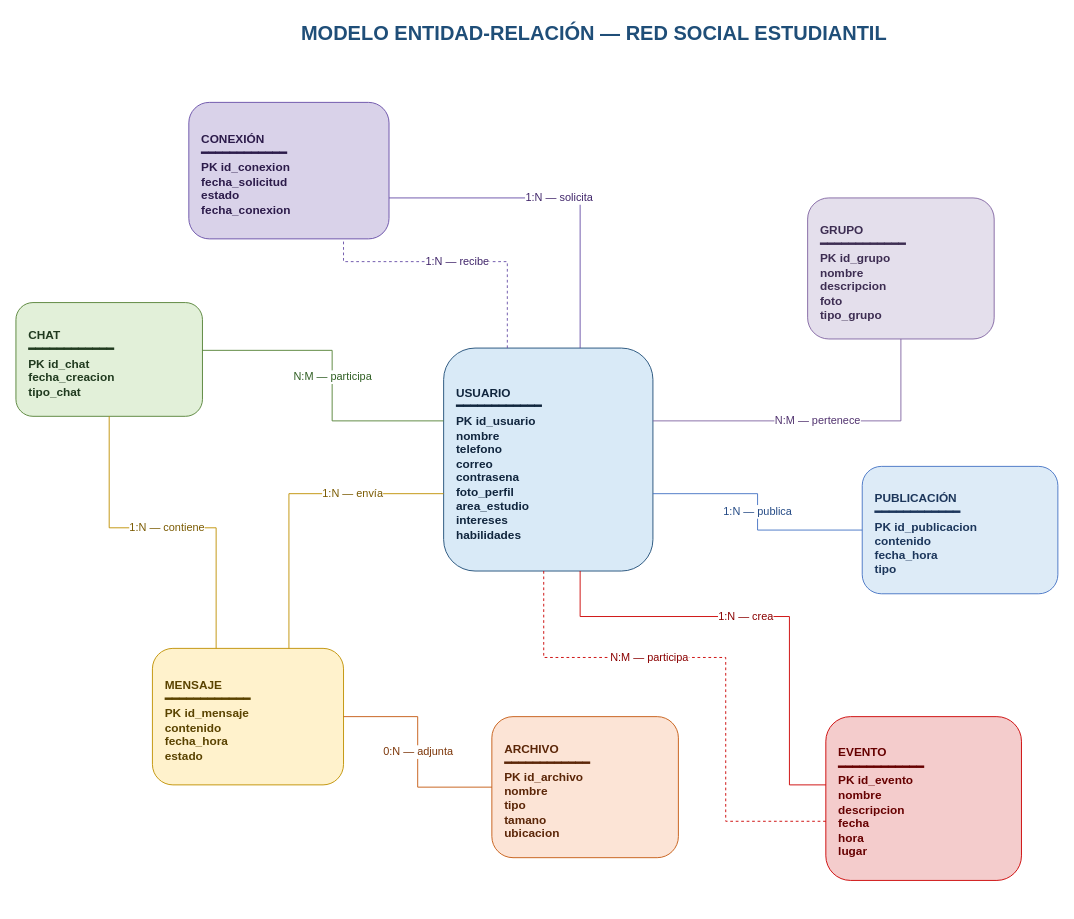
juanmarin365/bd1-redsocial-grupo9 keeps this draw.io diagram as Tarea1/MER.drawio. Above is the earlier version. Source tidied: cells renumbered, new cells numbered last; positions are measured from the earlier drawing's top-left corner, leaving out a move shared by most shapes. Both pictures are drawn from the tidied source at 91%, with x=0, y=0 at pixel (15, 15).
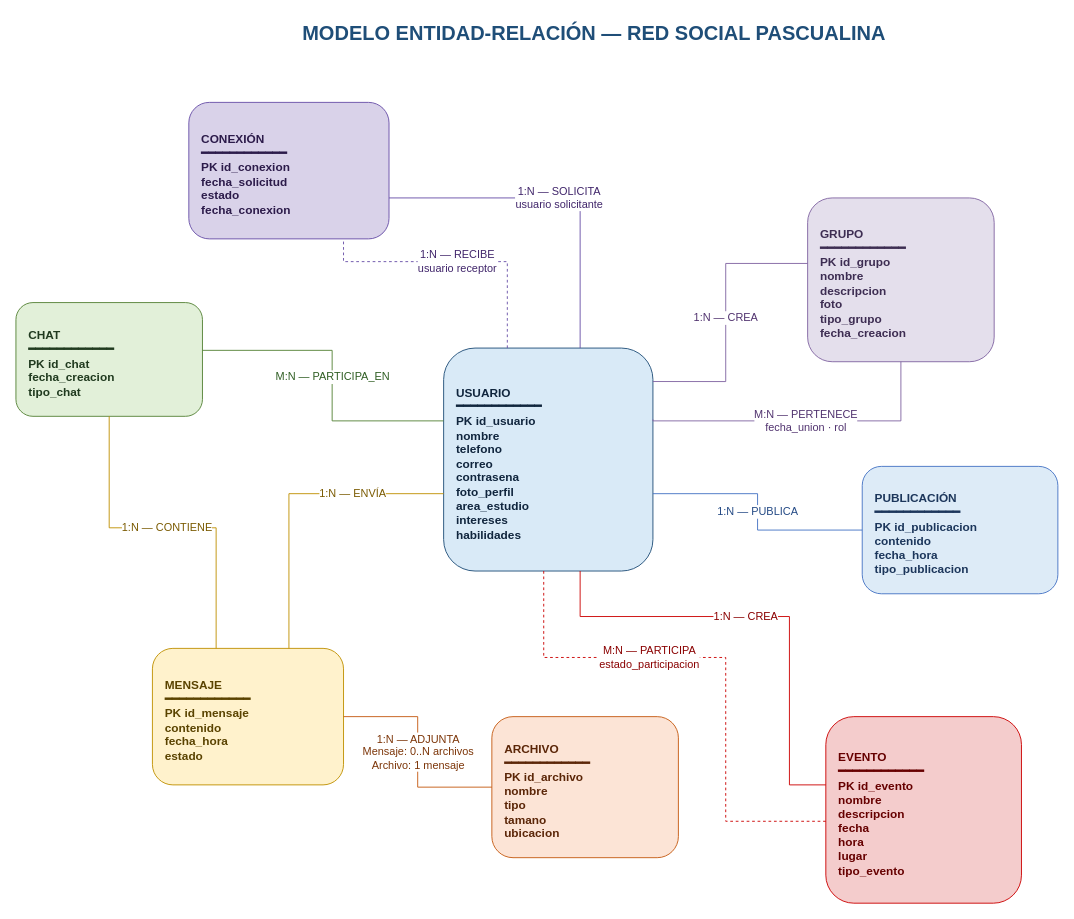
The same diagram, later.

Commit message (it also covers changes not shown here):
Update Entity-Relationship Model for Student Social Network

Unchanged cells that the change refers to:
```xml
<mxCell id="3" value="USUARIO&#10;━━━━━━━━━━━━&#10;PK id_usuario&#10;nombre&#10;telefono&#10;correo&#10;contrasena&#10;foto_perfil&#10;area_estudio&#10;intereses&#10;habilidades" style="rounded=1;whiteSpace=wrap;html=1;fillColor=#D9EAF7;strokeColor=#1F4E78;fontColor=#10253D;fontSize=13;align=left;spacingLeft=12;spacingTop=8;fontStyle=1;" parent="1" vertex="1">
  <mxGeometry x="470" y="365" width="230" height="245" as="geometry" />
</mxCell>
<mxCell id="4" value="CHAT&#10;━━━━━━━━━━━━&#10;PK id_chat&#10;fecha_creacion&#10;tipo_chat" style="rounded=1;whiteSpace=wrap;html=1;fillColor=#E2F0D9;strokeColor=#548235;fontColor=#203A1F;fontSize=13;align=left;spacingLeft=12;spacingTop=8;fontStyle=1;" parent="1" vertex="1">
  <mxGeometry y="315" width="205" height="125" as="geometry" />
</mxCell>
<mxCell id="5" value="MENSAJE&#10;━━━━━━━━━━━━&#10;PK id_mensaje&#10;contenido&#10;fecha_hora&#10;estado" style="rounded=1;whiteSpace=wrap;html=1;fillColor=#FFF2CC;strokeColor=#BF9000;fontColor=#5A4300;fontSize=13;align=left;spacingLeft=12;spacingTop=8;fontStyle=1;" parent="1" vertex="1">
  <mxGeometry x="150" y="695" width="210" height="150" as="geometry" />
</mxCell>
<mxCell id="7" value="ARCHIVO&#10;━━━━━━━━━━━━&#10;PK id_archivo&#10;nombre&#10;tipo&#10;tamano&#10;ubicacion" style="rounded=1;whiteSpace=wrap;html=1;fillColor=#FCE4D6;strokeColor=#C55A11;fontColor=#5B2608;fontSize=13;align=left;spacingLeft=12;spacingTop=8;fontStyle=1;" parent="1" vertex="1">
  <mxGeometry x="523" y="770" width="205" height="155" as="geometry" />
</mxCell>
```

Change to the diagram source:
```diff
@@
-    <mxCell id="2" value="MODELO ENTIDAD-RELACIÓN — RED SOCIAL ESTUDIANTIL" style="text;html=1;align=center;verticalAlign=middle;fontStyle=1;fontSize=22;fontColor=#1F4E78;" parent="1" vertex="1">
+    <mxCell id="2" value="MODELO ENTIDAD-RELACIÓN — RED SOCIAL PASCUALINA" style="text;html=1;align=center;verticalAlign=middle;fontStyle=1;fontSize=22;fontColor=#1F4E78;" parent="1" vertex="1">
       <mxGeometry x="210" width="850" height="40" as="geometry" />
     </mxCell>
@@
-    <mxCell id="6" value="GRUPO&#10;━━━━━━━━━━━━&#10;PK id_grupo&#10;nombre&#10;descripcion&#10;foto&#10;tipo_grupo" style="rounded=1;whiteSpace=wrap;html=1;fillColor=#E4DFEC;strokeColor=#8064A2;fontColor=#3D2D52;fontSize=13;align=left;spacingLeft=12;spacingTop=8;fontStyle=1;" parent="1" vertex="1">
-      <mxGeometry x="870" y="200" width="205" height="155" as="geometry" />
+    <mxCell id="6" value="GRUPO&#10;━━━━━━━━━━━━&#10;PK id_grupo&#10;nombre&#10;descripcion&#10;foto&#10;tipo_grupo&#10;fecha_creacion" style="rounded=1;whiteSpace=wrap;html=1;fillColor=#E4DFEC;strokeColor=#8064A2;fontColor=#3D2D52;fontSize=13;align=left;spacingLeft=12;spacingTop=8;fontStyle=1;" parent="1" vertex="1">
+      <mxGeometry x="870" y="200" width="205" height="180" as="geometry" />
     </mxCell>
@@
-    <mxCell id="8" value="PUBLICACIÓN&#10;━━━━━━━━━━━━&#10;PK id_publicacion&#10;contenido&#10;fecha_hora&#10;tipo" style="rounded=1;whiteSpace=wrap;html=1;fillColor=#DDEBF7;strokeColor=#4472C4;fontColor=#1C365B;fontSize=13;align=left;spacingLeft=12;spacingTop=8;fontStyle=1;" parent="1" vertex="1">
+    <mxCell id="8" value="PUBLICACIÓN&#10;━━━━━━━━━━━━&#10;PK id_publicacion&#10;contenido&#10;fecha_hora&#10;tipo_publicacion" style="rounded=1;whiteSpace=wrap;html=1;fillColor=#DDEBF7;strokeColor=#4472C4;fontColor=#1C365B;fontSize=13;align=left;spacingLeft=12;spacingTop=8;fontStyle=1;" parent="1" vertex="1">
       <mxGeometry x="930" y="495" width="215" height="140" as="geometry" />
     </mxCell>
-    <mxCell id="9" value="EVENTO&#10;━━━━━━━━━━━━&#10;PK id_evento&#10;nombre&#10;descripcion&#10;fecha&#10;hora&#10;lugar" style="rounded=1;whiteSpace=wrap;html=1;fillColor=#F4CCCC;strokeColor=#CC0000;fontColor=#660000;fontSize=13;align=left;spacingLeft=12;spacingTop=8;fontStyle=1;" parent="1" vertex="1">
-      <mxGeometry x="890" y="770" width="215" height="180" as="geometry" />
+    <mxCell id="9" value="EVENTO&#10;━━━━━━━━━━━━&#10;PK id_evento&#10;nombre&#10;descripcion&#10;fecha&#10;hora&#10;lugar&#10;tipo_evento" style="rounded=1;whiteSpace=wrap;html=1;fillColor=#F4CCCC;strokeColor=#CC0000;fontColor=#660000;fontSize=13;align=left;spacingLeft=12;spacingTop=8;fontStyle=1;" parent="1" vertex="1">
+      <mxGeometry x="890" y="770" width="215" height="205" as="geometry" />
     </mxCell>
-    <mxCell id="10" value="CONEXIÓN&#10;━━━━━━━━━━━━&#10;PK id_conexion&#10;fecha_solicitud&#10;estado&#10;fecha_conexion" style="rounded=1;whiteSpace=wrap;html=1;fillColor=#D9D2E9;strokeColor=#674EA7;fontColor=#2C1B4A;fontSize=13;align=left;spacingLeft=12;spacingTop=8;fontStyle=1;" parent="1" vertex="1">
-      <mxGeometry x="190" y="95" width="220" height="150" as="geometry" />
-    </mxCell>
-    <mxCell id="11" value="N:M — participa" style="edgeStyle=orthogonalEdgeStyle;rounded=0;jettySize=auto;html=1;endArrow=none;startArrow=none;strokeColor=#548235;fontSize=12;fontColor=#2F5E23;labelBackgroundColor=#FFFFFF;" parent="1" edge="1" source="3" target="4">
+    <mxCell id="11" value="M:N — PARTICIPA_EN" style="edgeStyle=orthogonalEdgeStyle;rounded=0;jettySize=auto;html=1;endArrow=none;startArrow=none;strokeColor=#548235;fontSize=12;fontColor=#2F5E23;labelBackgroundColor=#FFFFFF;" parent="1" edge="1" source="3" target="4">
       <mxGeometry relative="1" as="geometry">
         <Array as="points">
           <mxPoint x="347.5" y="445" />
           <mxPoint x="347.5" y="367.5" />
         </Array>
       </mxGeometry>
     </mxCell>
-    <mxCell id="12" value="1:N — contiene" style="edgeStyle=orthogonalEdgeStyle;rounded=0;jettySize=auto;html=1;endArrow=none;startArrow=none;strokeColor=#BF9000;fontSize=12;fontColor=#7A5A00;labelBackgroundColor=#FFFFFF;exitX=0.5;exitY=1;exitDx=0;exitDy=0;" parent="1" edge="1" source="4" target="5">
+    <mxCell id="12" value="1:N — CONTIENE" style="edgeStyle=orthogonalEdgeStyle;rounded=0;jettySize=auto;html=1;endArrow=none;startArrow=none;strokeColor=#BF9000;fontSize=12;fontColor=#7A5A00;labelBackgroundColor=#FFFFFF;exitX=0.5;exitY=1;exitDx=0;exitDy=0;" parent="1" edge="1" source="4" target="5">
       <mxGeometry relative="1" as="geometry">
         <Array as="points">
           <mxPoint x="102.6" y="562.5" />
           <mxPoint x="220" y="562.5" />
         </Array>
       </mxGeometry>
     </mxCell>
-    <mxCell id="13" value="1:N — envía" style="edgeStyle=orthogonalEdgeStyle;rounded=0;jettySize=auto;html=1;endArrow=none;startArrow=none;strokeColor=#BF9000;fontSize=12;fontColor=#7A5A00;labelBackgroundColor=#FFFFFF;endFill=0;" parent="1" edge="1" source="3" target="5">
+    <mxCell id="13" value="1:N — ENVÍA" style="edgeStyle=orthogonalEdgeStyle;rounded=0;jettySize=auto;html=1;endArrow=none;startArrow=none;strokeColor=#BF9000;fontSize=12;fontColor=#7A5A00;labelBackgroundColor=#FFFFFF;endFill=0;" parent="1" edge="1" source="3" target="5">
       <mxGeometry x="-0.41" relative="1" as="geometry">
         <Array as="points">
           <mxPoint x="300" y="525" />
         </Array>
       </mxGeometry>
     </mxCell>
-    <mxCell id="14" value="N:M — pertenece" style="edgeStyle=orthogonalEdgeStyle;rounded=0;jettySize=auto;html=1;endArrow=none;startArrow=none;strokeColor=#8064A2;fontSize=12;fontColor=#51336F;labelBackgroundColor=#FFFFFF;" parent="1" edge="1" source="3" target="6">
+    <mxCell id="14" value="M:N — PERTENECE&#10;fecha_union · rol" style="edgeStyle=orthogonalEdgeStyle;rounded=0;jettySize=auto;html=1;endArrow=none;startArrow=none;strokeColor=#8064A2;fontSize=12;fontColor=#51336F;labelBackgroundColor=#FFFFFF;exitX=1;exitY=0.32;entryX=0.5;entryY=1;" parent="1" edge="1" source="3" target="6">
       <mxGeometry relative="1" as="geometry">
         <Array as="points">
           <mxPoint x="972.5" y="445" />
         </Array>
       </mxGeometry>
     </mxCell>
-    <mxCell id="15" value="0:N — adjunta" style="edgeStyle=orthogonalEdgeStyle;rounded=0;jettySize=auto;html=1;endArrow=none;startArrow=none;strokeColor=#C55A11;fontSize=12;fontColor=#7C3508;labelBackgroundColor=#FFFFFF;" parent="1" edge="1" source="5" target="7">
+    <mxCell id="15" value="1:N — ADJUNTA&#10;Mensaje: 0..N archivos&#10;Archivo: 1 mensaje" style="edgeStyle=orthogonalEdgeStyle;rounded=0;jettySize=auto;html=1;endArrow=none;startArrow=none;strokeColor=#C55A11;fontSize=12;fontColor=#7C3508;labelBackgroundColor=#FFFFFF;" parent="1" edge="1" source="5" target="7">
       <mxGeometry relative="1" as="geometry" />
     </mxCell>
-    <mxCell id="16" value="1:N — publica" style="edgeStyle=orthogonalEdgeStyle;rounded=0;jettySize=auto;html=1;endArrow=none;startArrow=none;strokeColor=#4472C4;fontSize=12;fontColor=#244A85;labelBackgroundColor=#FFFFFF;" parent="1" edge="1" source="3" target="8">
+    <mxCell id="16" value="1:N — PUBLICA" style="edgeStyle=orthogonalEdgeStyle;rounded=0;jettySize=auto;html=1;endArrow=none;startArrow=none;strokeColor=#4472C4;fontSize=12;fontColor=#244A85;labelBackgroundColor=#FFFFFF;" parent="1" edge="1" source="3" target="8">
       <mxGeometry relative="1" as="geometry">
         <Array as="points">
           <mxPoint x="815" y="525" />
           <mxPoint x="815" y="565" />
         </Array>
       </mxGeometry>
     </mxCell>
-    <mxCell id="17" value="1:N — crea" style="edgeStyle=orthogonalEdgeStyle;rounded=0;jettySize=auto;html=1;endArrow=none;startArrow=none;strokeColor=#CC0000;fontSize=12;fontColor=#8A0000;labelBackgroundColor=#FFFFFF;" parent="1" edge="1" source="3" target="9">
+    <mxCell id="17" value="1:N — CREA" style="edgeStyle=orthogonalEdgeStyle;rounded=0;jettySize=auto;html=1;endArrow=none;startArrow=none;strokeColor=#CC0000;fontSize=12;fontColor=#8A0000;labelBackgroundColor=#FFFFFF;" parent="1" edge="1" source="3" target="9">
       <mxGeometry x="-0.08" relative="1" as="geometry">
         <Array as="points">
           <mxPoint x="620" y="660" />
           <mxPoint x="850" y="660" />
           <mxPoint x="850" y="845" />
         </Array>
       </mxGeometry>
     </mxCell>
-    <mxCell id="18" value="N:M — participa" style="edgeStyle=orthogonalEdgeStyle;rounded=0;jettySize=auto;html=1;endArrow=none;startArrow=none;dashed=1;strokeColor=#CC0000;fontSize=12;fontColor=#8A0000;labelBackgroundColor=#FFFFFF;" parent="1" edge="1" source="3" target="9">
+    <mxCell id="18" value="M:N — PARTICIPA&#10;estado_participacion" style="edgeStyle=orthogonalEdgeStyle;rounded=0;jettySize=auto;html=1;endArrow=none;startArrow=none;dashed=1;strokeColor=#CC0000;fontSize=12;fontColor=#8A0000;labelBackgroundColor=#FFFFFF;" parent="1" edge="1" source="3" target="9">
       <mxGeometry x="-0.28" relative="1" as="geometry">
         <Array as="points">
           <mxPoint x="580" y="705" />
           <mxPoint x="780" y="705" />
           <mxPoint x="780" y="885" />
         </Array>
       </mxGeometry>
     </mxCell>
+    <mxCell id="21" value="1:N — CREA" style="edgeStyle=orthogonalEdgeStyle;rounded=0;html=1;endArrow=none;startArrow=none;fontSize=12;labelBackgroundColor=#FFFFFF;strokeColor=#8064A2;fontColor=#51336F;exitX=1;exitY=0.15;entryX=0;entryY=0.4;" parent="1" edge="1" source="3" target="6">
+      <mxGeometry relative="1" as="geometry">
+        <Array as="points">
+          <mxPoint x="780" y="401.8" />
+          <mxPoint x="780" y="272" />
+        </Array>
+      </mxGeometry>
+    </mxCell>
+    <mxCell id="10" value="CONEXIÓN&#10;━━━━━━━━━━━━&#10;PK id_conexion&#10;fecha_solicitud&#10;estado&#10;fecha_conexion" style="rounded=1;whiteSpace=wrap;html=1;fillColor=#D9D2E9;strokeColor=#674EA7;fontColor=#2C1B4A;fontSize=13;align=left;spacingLeft=12;spacingTop=8;fontStyle=1;" parent="1" vertex="1">
+      <mxGeometry x="190" y="95" width="220" height="150" as="geometry" />
+    </mxCell>
-    <mxCell id="19" value="1:N — solicita" style="edgeStyle=orthogonalEdgeStyle;rounded=0;jettySize=auto;html=1;endArrow=none;startArrow=none;strokeColor=#674EA7;fontSize=12;fontColor=#41266B;labelBackgroundColor=#FFFFFF;" parent="1" edge="1" source="3" target="10">
+    <mxCell id="19" value="1:N — SOLICITA&#10;usuario solicitante" style="edgeStyle=orthogonalEdgeStyle;rounded=0;jettySize=auto;html=1;endArrow=none;startArrow=none;strokeColor=#674EA7;fontSize=12;fontColor=#41266B;labelBackgroundColor=#FFFFFF;" parent="1" edge="1" source="3" target="10">
       <mxGeometry relative="1" as="geometry">
         <Array as="points">
           <mxPoint x="620" y="200" />
         </Array>
       </mxGeometry>
     </mxCell>
-    <mxCell id="20" value="1:N — recibe" style="edgeStyle=orthogonalEdgeStyle;rounded=0;jettySize=auto;html=1;endArrow=none;startArrow=none;dashed=1;strokeColor=#674EA7;fontSize=12;fontColor=#41266B;labelBackgroundColor=#FFFFFF;" parent="1" edge="1" source="3" target="10">
+    <mxCell id="20" value="1:N — RECIBE&#10;usuario receptor" style="edgeStyle=orthogonalEdgeStyle;rounded=0;jettySize=auto;html=1;endArrow=none;startArrow=none;dashed=1;strokeColor=#674EA7;fontSize=12;fontColor=#41266B;labelBackgroundColor=#FFFFFF;" parent="1" edge="1" source="3" target="10">
       <mxGeometry relative="1" as="geometry">
         <Array as="points">
           <mxPoint x="540" y="270" />
           <mxPoint x="360" y="270" />
         </Array>
       </mxGeometry>
     </mxCell>
```
